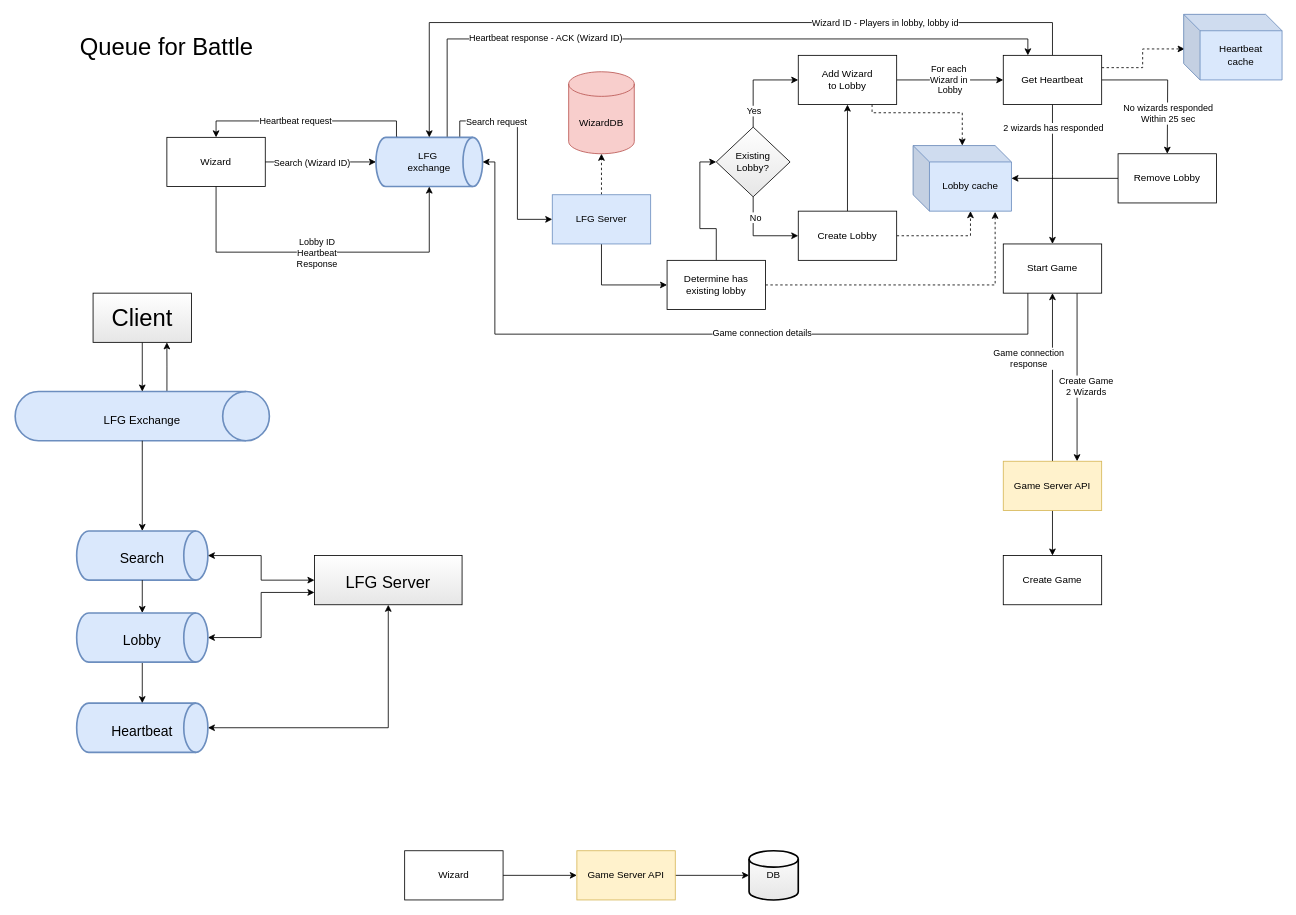
Above: arch_wizard.drawio in gullskatten/BPMN-models (draw.io), before the change. Source tidied: cells renumbered, new cells numbered last; positions are measured from the earlier drawing's top-left corner, leaving out a move shared by most shapes. Both pictures are drawn from the tidied source at 82%, with x=0, y=0 at pixel (15, 14).
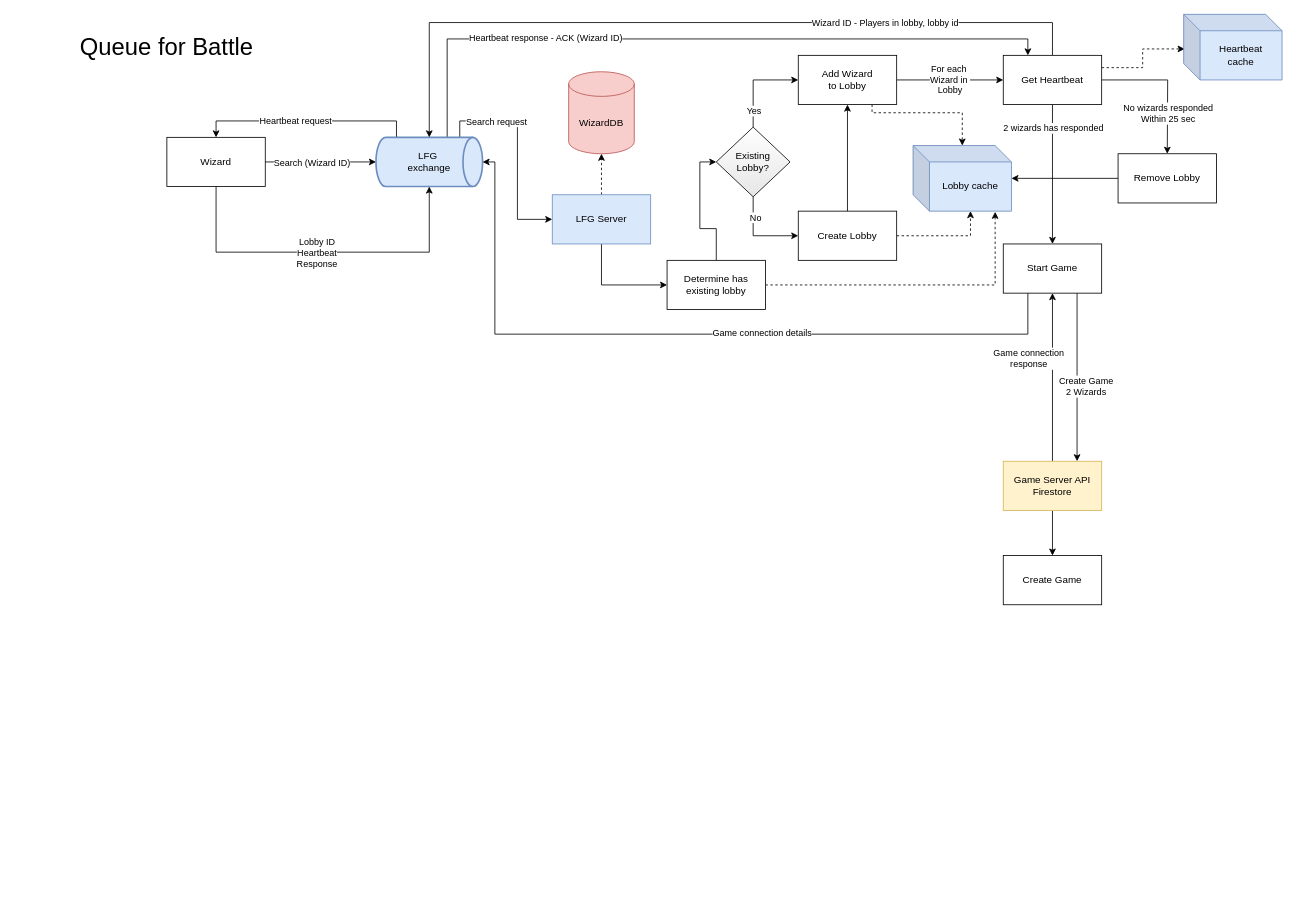
The same page after the edit.

What changed in the source:
```diff
@@
-    <mxCell id="52" value="Game Server API" style="rounded=0;whiteSpace=wrap;html=1;fillColor=#fff2cc;strokeColor=#d6b656;" parent="1" vertex="1">
+    <mxCell id="52" value="Game Server API&lt;br&gt;Firestore" style="rounded=0;whiteSpace=wrap;html=1;fillColor=#fff2cc;strokeColor=#d6b656;" parent="1" vertex="1">
       <mxGeometry x="1205" y="545" width="120" height="60" as="geometry" />
     </mxCell>
@@
-    <mxCell id="54" value="DB" style="strokeWidth=2;html=1;shape=mxgraph.flowchart.database;whiteSpace=wrap;gradientColor=#E6E6E6;" parent="1" vertex="1">
-      <mxGeometry x="895" y="1020" width="60" height="60" as="geometry" />
-    </mxCell>
-    <mxCell id="55" style="edgeStyle=orthogonalEdgeStyle;rounded=0;jettySize=auto;html=1;entryX=0;entryY=0.5;entryDx=0;entryDy=0;entryPerimeter=0;" parent="1" edge="1" source="56" target="54">
-      <mxGeometry relative="1" as="geometry" />
-    </mxCell>
-    <mxCell id="56" value="Game Server API" style="rounded=0;whiteSpace=wrap;html=1;fillColor=#fff2cc;strokeColor=#d6b656;" parent="1" vertex="1">
-      <mxGeometry x="685" y="1020" width="120" height="60" as="geometry" />
-    </mxCell>
-    <mxCell id="57" style="edgeStyle=orthogonalEdgeStyle;rounded=0;jettySize=auto;html=1;entryX=0;entryY=0.5;entryDx=0;entryDy=0;" parent="1" edge="1" source="58" target="56">
-      <mxGeometry relative="1" as="geometry" />
-    </mxCell>
-    <mxCell id="58" value="Wizard" style="rounded=0;whiteSpace=wrap;html=1;" parent="1" vertex="1">
-      <mxGeometry x="475" y="1020" width="120" height="60" as="geometry" />
-    </mxCell>
@@
-    <mxCell id="60" style="edgeStyle=orthogonalEdgeStyle;rounded=0;jettySize=auto;html=1;entryX=0.75;entryY=1;entryDx=0;entryDy=0;fontSize=29;exitX=0.597;exitY=0;exitDx=0;exitDy=0;exitPerimeter=0;" parent="1" edge="1" source="61" target="71">
-      <mxGeometry relative="1" as="geometry" />
-    </mxCell>
-    <mxCell id="61" value="&lt;font style=&quot;font-size: 14px&quot;&gt;LFG Exchange&lt;/font&gt;" style="strokeWidth=2;html=1;shape=mxgraph.flowchart.direct_data;whiteSpace=wrap;fontSize=29;fillColor=#dae8fc;strokeColor=#6c8ebf;" parent="1" vertex="1">
-      <mxGeometry y="460" width="310" height="60" as="geometry" />
-    </mxCell>
-    <mxCell id="62" value="&lt;font style=&quot;font-size: 17px&quot;&gt;Search&lt;/font&gt;" style="strokeWidth=2;html=1;shape=mxgraph.flowchart.direct_data;whiteSpace=wrap;fontSize=29;fillColor=#dae8fc;strokeColor=#6c8ebf;" parent="1" vertex="1">
-      <mxGeometry x="75" y="630" width="160" height="60" as="geometry" />
-    </mxCell>
-    <mxCell id="63" style="edgeStyle=orthogonalEdgeStyle;rounded=0;jettySize=auto;html=1;fontSize=29;startArrow=classic;startFill=1;" parent="1" edge="1" source="64" target="73">
-      <mxGeometry relative="1" as="geometry" />
-    </mxCell>
-    <mxCell id="64" value="&lt;font style=&quot;font-size: 17px&quot;&gt;Heartbeat&lt;/font&gt;" style="strokeWidth=2;html=1;shape=mxgraph.flowchart.direct_data;whiteSpace=wrap;fontSize=29;fillColor=#dae8fc;strokeColor=#6c8ebf;" parent="1" vertex="1">
-      <mxGeometry x="75" y="840" width="160" height="60" as="geometry" />
-    </mxCell>
-    <mxCell id="65" style="endArrow=classic;html=1;fontSize=29;exitX=0.5;exitY=1;exitDx=0;exitDy=0;exitPerimeter=0;" parent="1" edge="1" source="61" target="62">
-      <mxGeometry relative="1" as="geometry" />
-    </mxCell>
-    <mxCell id="66" style="endArrow=classic;html=1;fontSize=29;exitX=0.5;exitY=1;exitDx=0;exitDy=0;exitPerimeter=0;" parent="1" edge="1" source="62">
-      <mxGeometry relative="1" as="geometry">
-        <mxPoint x="155" y="730" as="targetPoint" />
-      </mxGeometry>
-    </mxCell>
-    <mxCell id="67" style="edgeStyle=orthogonalEdgeStyle;rounded=0;jettySize=auto;html=1;fontSize=29;" parent="1" edge="1" source="69" target="64">
-      <mxGeometry relative="1" as="geometry" />
-    </mxCell>
-    <mxCell id="68" style="edgeStyle=orthogonalEdgeStyle;rounded=0;jettySize=auto;html=1;entryX=0;entryY=0.75;entryDx=0;entryDy=0;fontSize=29;startArrow=classic;startFill=1;" parent="1" edge="1" source="69" target="73">
-      <mxGeometry relative="1" as="geometry" />
-    </mxCell>
-    <mxCell id="69" value="&lt;font style=&quot;font-size: 17px&quot;&gt;Lobby&lt;/font&gt;" style="strokeWidth=2;html=1;shape=mxgraph.flowchart.direct_data;whiteSpace=wrap;fontSize=29;fillColor=#dae8fc;strokeColor=#6c8ebf;" parent="1" vertex="1">
-      <mxGeometry x="75" y="730" width="160" height="60" as="geometry" />
-    </mxCell>
-    <mxCell id="70" style="edgeStyle=orthogonalEdgeStyle;rounded=0;jettySize=auto;html=1;entryX=0.5;entryY=0;entryDx=0;entryDy=0;entryPerimeter=0;fontSize=29;" parent="1" edge="1" source="71" target="61">
-      <mxGeometry relative="1" as="geometry" />
-    </mxCell>
-    <mxCell id="71" value="Client" style="rounded=0;whiteSpace=wrap;html=1;gradientColor=#E6E6E6;fontSize=29;" parent="1" vertex="1">
-      <mxGeometry x="95" y="340" width="120" height="60" as="geometry" />
-    </mxCell>
-    <mxCell id="72" style="edgeStyle=orthogonalEdgeStyle;rounded=0;jettySize=auto;html=1;entryX=1;entryY=0.5;entryDx=0;entryDy=0;entryPerimeter=0;fontSize=29;startArrow=classic;startFill=1;" parent="1" edge="1" source="73" target="62">
-      <mxGeometry relative="1" as="geometry" />
-    </mxCell>
-    <mxCell id="73" value="&lt;font style=&quot;font-size: 20px&quot;&gt;LFG Server&lt;/font&gt;" style="rounded=0;whiteSpace=wrap;html=1;gradientColor=#E6E6E6;fontSize=29;" parent="1" vertex="1">
-      <mxGeometry x="365" y="660" width="180" height="60" as="geometry" />
-    </mxCell>
```
